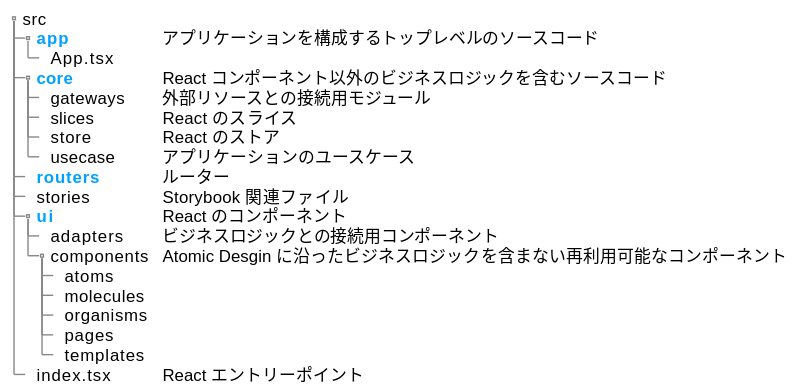
This is docs/diagrams/out/architecture/directory.svg from yamagame/react-typescript-starter-app, a PlantUML export, as it was before one commit.
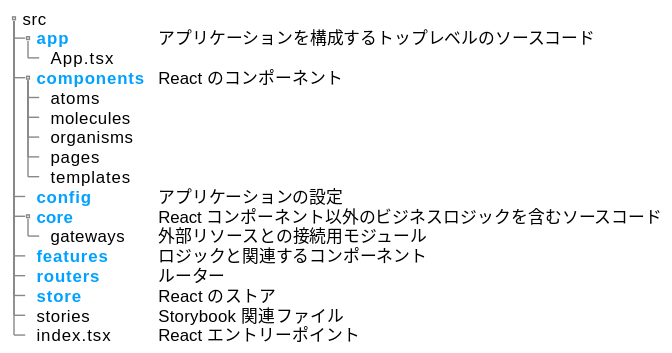
After the change.

Commit message:
SVG画像を更新

Change to the diagram source:
```diff
@@ -5,21 +5,19 @@
     + src
     ++ <color:#00A1FF>**app** | アプリケーションを構成するトップレベルのソースコード
     +++ App.tsx
+    ++ <color:#00A1FF>**components** | React のコンポーネント
+    +++ atoms
+    +++ molecules
+    +++ organisms
+    +++ pages
+    +++ templates
+    ++ <color:#00A1FF>**config** | アプリケーションの設定
     ++ <color:#00A1FF>**core** | React コンポーネント以外のビジネスロジックを含むソースコード
     +++ gateways | 外部リソースとの接続用モジュール
-    +++ slices | React のスライス
-    +++ store | React のストア
-    +++ usecase | アプリケーションのユースケース
+    ++ <color:#00A1FF>**features** | ロジックと関連するコンポーネント
     ++ <color:#00A1FF>**routers** | ルーター
+    ++ <color:#00A1FF>**store** | React のストア
     ++ stories | Storybook 関連ファイル
-    ++ <color:#00A1FF>**ui** | React のコンポーネント
-    +++ adapters | ビジネスロジックとの接続用コンポーネント
-    +++ components | Atomic Desgin に沿ったビジネスロジックを含まない再利用可能なコンポーネント
-    ++++ atoms
-    ++++ molecules
-    ++++ organisms
-    ++++ pages
-    ++++ templates
     ++ index.tsx | React エントリーポイント
   }
 }
```
